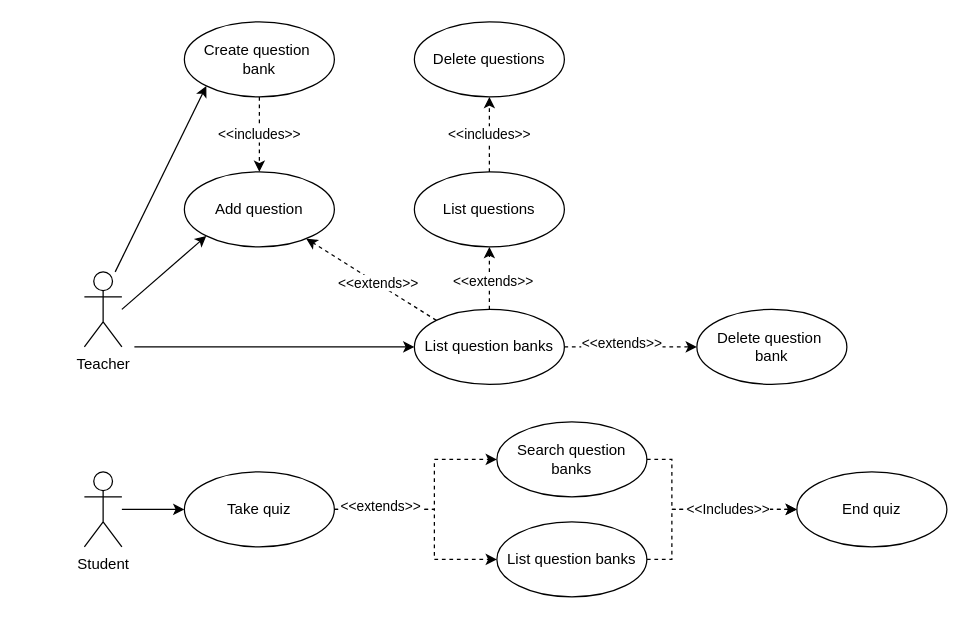
This is useCaseDiagram.drawio from nyhawk/the-question-bank-project, a draw.io file, before an edit. Source tidied: cells renumbered, new cells numbered last; positions are measured from the earlier drawing's top-left corner, leaving out a move shared by most shapes. Both pictures are drawn from the tidied source at 125%, with x=0, y=0 at pixel (84, 21).
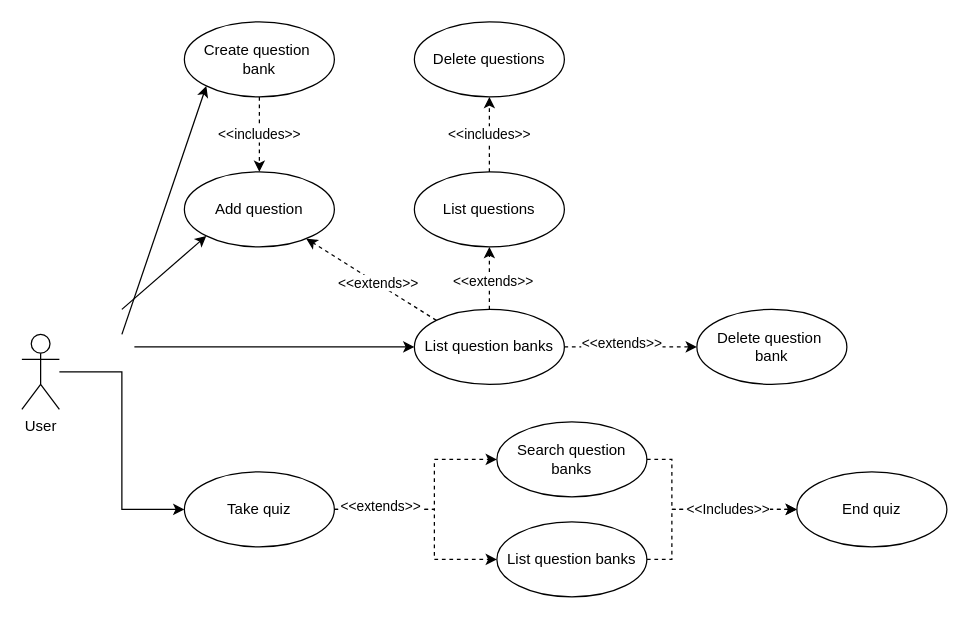
The same page after the edit.

Unchanged cells that the change refers to:
```xml
<mxCell id="6" value="Create question&amp;nbsp;&lt;div&gt;bank&lt;/div&gt;" style="ellipse;whiteSpace=wrap;html=1;" parent="1" vertex="1">
  <mxGeometry x="80" width="120" height="60" as="geometry" />
</mxCell>
```

What changed in the source:
```diff
@@
-    <mxCell id="3" value="Teacher" style="shape=umlActor;verticalLabelPosition=bottom;verticalAlign=top;html=1;outlineConnect=0;" parent="1" vertex="1">
-      <mxGeometry y="200" width="30" height="60" as="geometry" />
-    </mxCell>
@@
-    <mxCell id="5" value="Student" style="shape=umlActor;verticalLabelPosition=bottom;verticalAlign=top;html=1;outlineConnect=0;" parent="1" vertex="1">
-      <mxGeometry y="360" width="30" height="60" as="geometry" />
+    <mxCell id="5" value="User" style="shape=umlActor;verticalLabelPosition=bottom;verticalAlign=top;html=1;outlineConnect=0;" parent="1" vertex="1">
+      <mxGeometry x="-50" y="250" width="30" height="60" as="geometry" />
     </mxCell>
@@
-    <mxCell id="17" style="endArrow=classic;html=1;rounded=0;entryX=0;entryY=1;entryDx=0;entryDy=0;exitX=0.822;exitY=0;exitDx=0;exitDy=0;exitPerimeter=0;" parent="1" edge="1" source="3" target="6">
-      <mxGeometry relative="1" as="geometry" />
+    <mxCell id="17" style="endArrow=classic;html=1;rounded=0;entryX=0;entryY=1;entryDx=0;entryDy=0;" parent="1" edge="1" target="6">
+      <mxGeometry relative="1" as="geometry">
+        <mxPoint x="30" y="250" as="sourcePoint" />
+      </mxGeometry>
     </mxCell>
```
